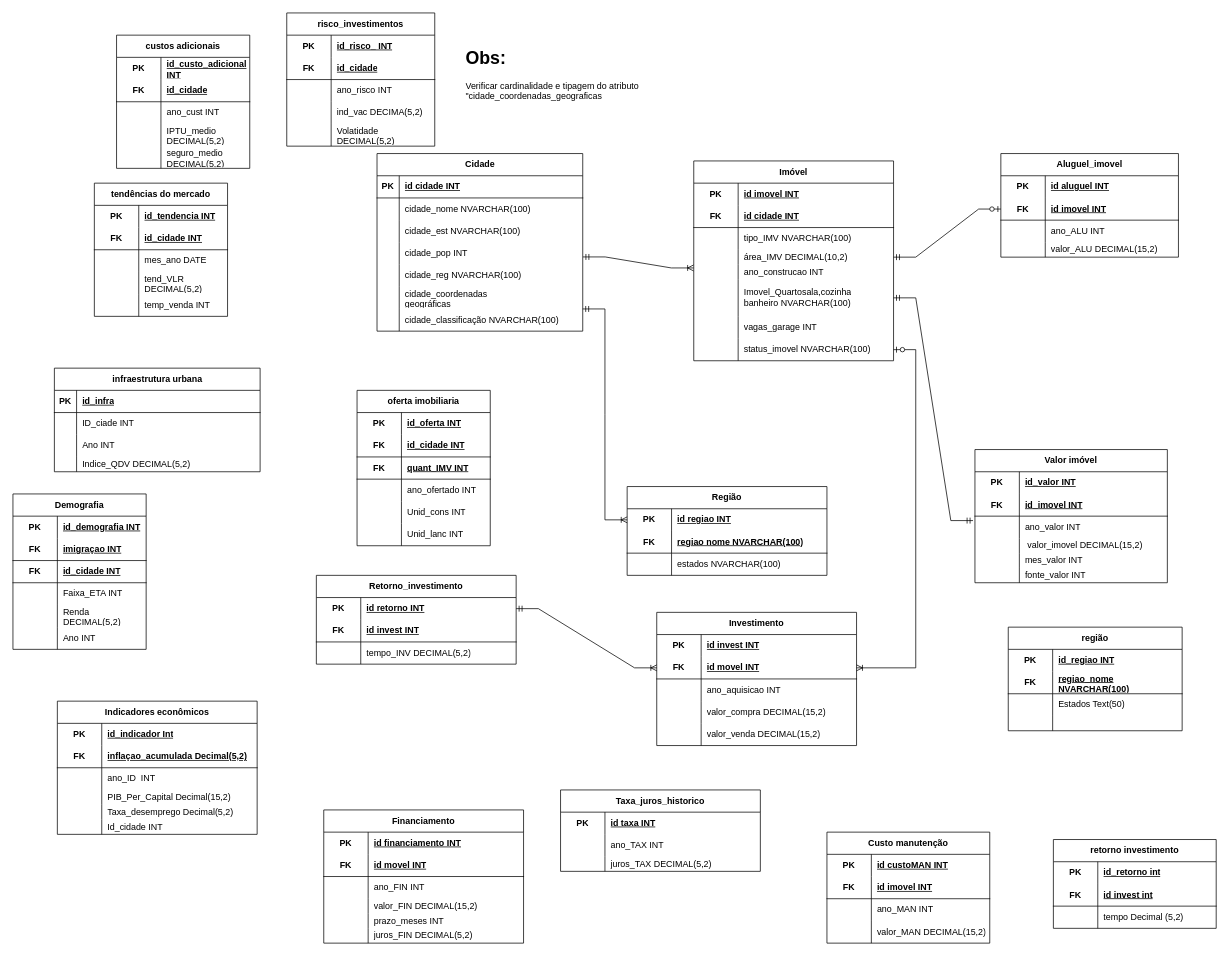
Before: GroupBy.drawio in Guilherme22B/Group_by, a draw.io diagram. Source tidied: cells renumbered, new cells numbered last; positions are measured from the earlier drawing's top-left corner, leaving out a move shared by most shapes. Both pictures are drawn from the tidied source at 74%, with x=0, y=0 at pixel (13, 13).
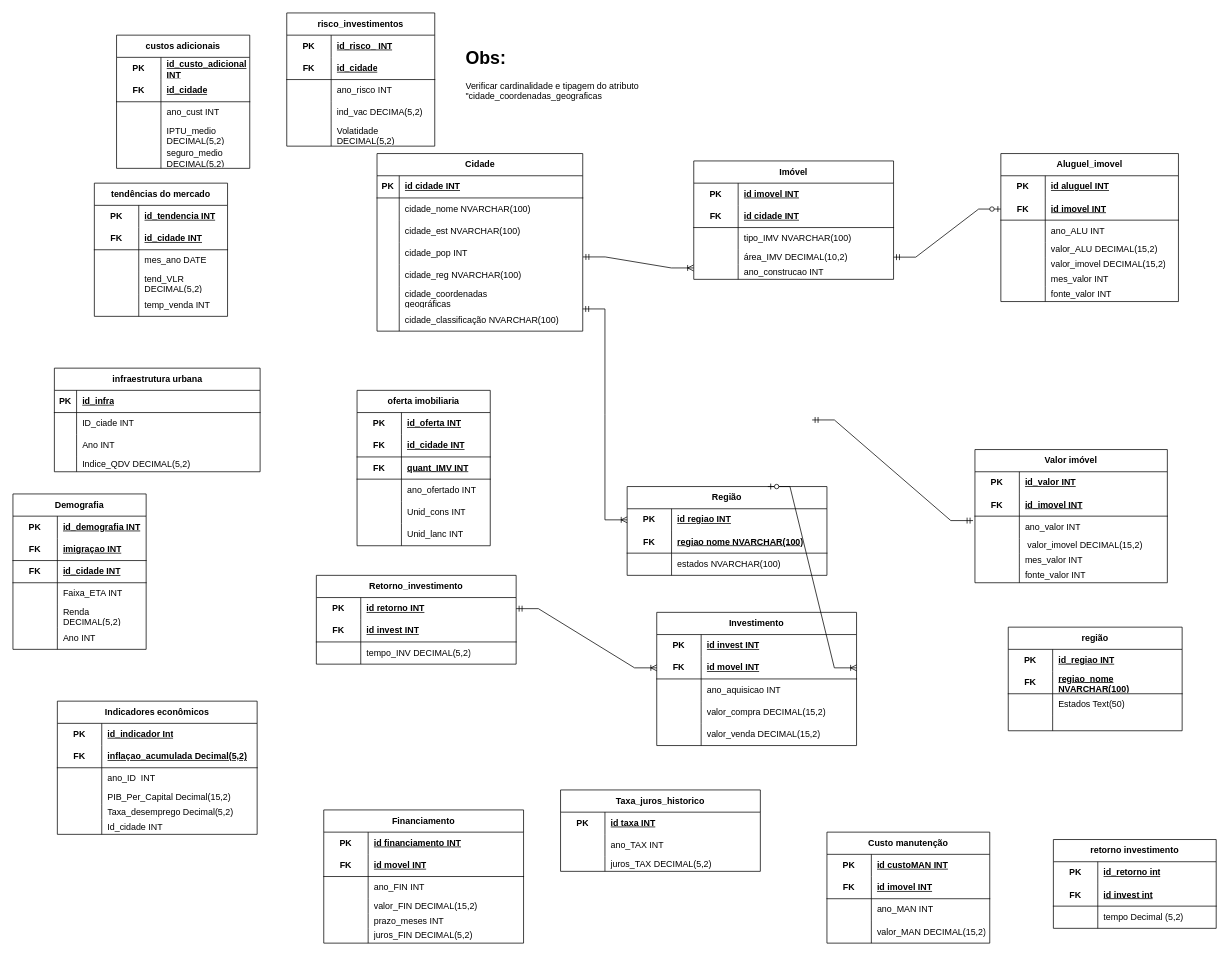
The same page after the edit.

Commit message:
tabela 2 e 3 alterado

Unchanged cells that the change refers to:
```xml
<mxCell id="36" style="shape=tableRow;horizontal=0;startSize=0;swimlaneHead=0;swimlaneBody=0;fillColor=none;points=[[0,0.5],[1,0.5]];portConstraint=eastwest;top=0;left=0;right=0;bottom=0;html=1;" parent="29" vertex="1">
  <mxGeometry y="90" width="260" height="30" as="geometry" />
</mxCell>
<mxCell id="87" style="shape=tableRow;horizontal=0;startSize=0;swimlaneHead=0;swimlaneBody=0;fillColor=none;points=[[0,0.5],[1,0.5]];portConstraint=eastwest;top=0;left=0;right=0;bottom=1;html=1;" parent="83" vertex="1">
  <mxGeometry y="60" width="270" height="30" as="geometry" />
</mxCell>
```

What changed in the source:
```diff
@@
     <mxCell id="4" value="Imóvel" style="shape=table;startSize=30;childLayout=tableLayout;rowLines=0;fontStyle=1;align=center;html=1;whiteSpace=wrap;" parent="1" vertex="1">
-      <mxGeometry x="920" y="200" width="270" height="270" as="geometry" />
+      <mxGeometry x="920" y="200" width="270" height="160" as="geometry" />
     </mxCell>
@@
-    <mxCell id="20" style="shape=tableRow;horizontal=0;startSize=0;swimlaneHead=0;swimlaneBody=0;fillColor=none;points=[[0,0.5],[1,0.5]];portConstraint=eastwest;top=0;left=0;right=0;bottom=0;html=1;" parent="4" vertex="1">
-      <mxGeometry y="160" width="270" height="50" as="geometry" />
-    </mxCell>
-    <mxCell id="21" style="shape=partialRectangle;fillColor=none;top=0;left=0;bottom=0;right=0;overflow=hidden;html=1;whiteSpace=wrap;" parent="20" vertex="1">
-      <mxGeometry width="60" height="50" as="geometry" />
-    </mxCell>
-    <mxCell id="22" value="Imovel_Quartosala,cozinha&lt;div&gt;banheiro NVARCHAR(100)&lt;/div&gt;" style="shape=partialRectangle;fillColor=none;top=0;left=0;bottom=0;right=0;align=left;spacingLeft=6;overflow=hidden;html=1;whiteSpace=wrap;" parent="20" vertex="1">
-      <mxGeometry x="60" width="210" height="50" as="geometry" />
-    </mxCell>
-    <mxCell id="23" style="shape=tableRow;horizontal=0;startSize=0;swimlaneHead=0;swimlaneBody=0;fillColor=none;top=0;left=0;right=0;bottom=0;html=1;" parent="4" vertex="1">
-      <mxGeometry y="210" width="270" height="30" as="geometry" />
-    </mxCell>
-    <mxCell id="24" style="shape=partialRectangle;fillColor=none;top=0;left=0;bottom=0;right=0;overflow=hidden;html=1;whiteSpace=wrap;" parent="23" vertex="1">
-      <mxGeometry width="60" height="30" as="geometry" />
-    </mxCell>
-    <mxCell id="25" value="vagas_garage INT" style="shape=partialRectangle;fillColor=none;top=0;left=0;bottom=0;right=0;align=left;spacingLeft=6;overflow=hidden;html=1;whiteSpace=wrap;" parent="23" vertex="1">
-      <mxGeometry x="60" width="210" height="30" as="geometry" />
-    </mxCell>
-    <mxCell id="26" style="shape=tableRow;horizontal=0;startSize=0;swimlaneHead=0;swimlaneBody=0;fillColor=none;points=[[0,0.5],[1,0.5]];portConstraint=eastwest;top=0;left=0;right=0;bottom=0;html=1;" parent="4" vertex="1">
-      <mxGeometry y="240" width="270" height="30" as="geometry" />
-    </mxCell>
-    <mxCell id="27" style="shape=partialRectangle;fillColor=none;top=0;left=0;bottom=0;right=0;overflow=hidden;html=1;whiteSpace=wrap;" parent="26" vertex="1">
-      <mxGeometry width="60" height="30" as="geometry" />
-    </mxCell>
-    <mxCell id="28" value="status_imovel NVARCHAR(100)&lt;span style=&quot;white-space: pre;&quot;&gt;&#9;&lt;/span&gt;" style="shape=partialRectangle;fillColor=none;top=0;left=0;bottom=0;right=0;align=left;spacingLeft=6;overflow=hidden;html=1;whiteSpace=wrap;" parent="26" vertex="1">
-      <mxGeometry x="60" width="210" height="30" as="geometry" />
-    </mxCell>
@@
     <mxCell id="99" value="Aluguel_imovel" style="shape=table;startSize=30;childLayout=tableLayout;rowLines=0;fontStyle=1;align=center;html=1;whiteSpace=wrap;" parent="1" vertex="1">
-      <mxGeometry x="1335" y="190" width="240" height="140" as="geometry" />
+      <mxGeometry x="1335" y="190" width="240" height="200" as="geometry" />
     </mxCell>
@@
+    <mxCell id="309" style="shape=tableRow;horizontal=0;startSize=0;swimlaneHead=0;swimlaneBody=0;fillColor=none;top=0;left=0;right=0;bottom=0;html=1;" parent="99" vertex="1">
+      <mxGeometry y="140" width="240" height="20" as="geometry" />
+    </mxCell>
+    <mxCell id="310" style="shape=partialRectangle;fillColor=none;top=0;left=0;bottom=0;right=0;overflow=hidden;html=1;whiteSpace=wrap;" parent="309" vertex="1">
+      <mxGeometry width="60" height="20" as="geometry" />
+    </mxCell>
+    <mxCell id="311" value="valor_imovel DECIMAL(15,2)&lt;div&gt;&lt;br&gt;&lt;/div&gt;" style="shape=partialRectangle;fillColor=none;top=0;left=0;bottom=0;right=0;align=left;spacingLeft=6;overflow=hidden;html=1;whiteSpace=wrap;" parent="309" vertex="1">
+      <mxGeometry x="60" width="180" height="20" as="geometry" />
+    </mxCell>
+    <mxCell id="312" style="shape=tableRow;horizontal=0;startSize=0;swimlaneHead=0;swimlaneBody=0;fillColor=none;top=0;left=0;right=0;bottom=0;html=1;" parent="99" vertex="1">
+      <mxGeometry y="160" width="240" height="20" as="geometry" />
+    </mxCell>
+    <mxCell id="313" style="shape=partialRectangle;fillColor=none;top=0;left=0;bottom=0;right=0;overflow=hidden;html=1;whiteSpace=wrap;" parent="312" vertex="1">
+      <mxGeometry width="60" height="20" as="geometry" />
+    </mxCell>
+    <mxCell id="314" value="mes_valor INT" style="shape=partialRectangle;fillColor=none;top=0;left=0;bottom=0;right=0;align=left;spacingLeft=6;overflow=hidden;html=1;whiteSpace=wrap;" parent="312" vertex="1">
+      <mxGeometry x="60" width="180" height="20" as="geometry" />
+    </mxCell>
+    <mxCell id="315" style="shape=tableRow;horizontal=0;startSize=0;swimlaneHead=0;swimlaneBody=0;fillColor=none;top=0;left=0;right=0;bottom=0;html=1;" parent="99" vertex="1">
+      <mxGeometry y="180" width="240" height="20" as="geometry" />
+    </mxCell>
+    <mxCell id="316" style="shape=partialRectangle;fillColor=none;top=0;left=0;bottom=0;right=0;overflow=hidden;html=1;whiteSpace=wrap;" parent="315" vertex="1">
+      <mxGeometry width="60" height="20" as="geometry" />
+    </mxCell>
+    <mxCell id="317" value="fonte_valor INT" style="shape=partialRectangle;fillColor=none;top=0;left=0;bottom=0;right=0;align=left;spacingLeft=6;overflow=hidden;html=1;whiteSpace=wrap;" parent="315" vertex="1">
+      <mxGeometry x="60" width="180" height="20" as="geometry" />
+    </mxCell>
@@
-    <mxCell id="162" style="edgeStyle=entityRelationEdgeStyle;fontSize=12;html=1;endArrow=ERmandOne;startArrow=ERmandOne;rounded=0;entryX=-0.01;entryY=0.2;entryDx=0;entryDy=0;entryPerimeter=0;" parent="1" edge="1" source="20" target="36">
+    <mxCell id="162" style="edgeStyle=entityRelationEdgeStyle;fontSize=12;html=1;endArrow=ERmandOne;startArrow=ERmandOne;rounded=0;entryX=-0.01;entryY=0.2;entryDx=0;entryDy=0;entryPerimeter=0;" parent="1" edge="1" target="36">
       <mxGeometry relative="1" as="geometry">
+        <mxPoint x="1080" y="550" as="sourcePoint" />
         <Array as="points">
           <mxPoint x="1270" y="530" />
         </Array>
       </mxGeometry>
     </mxCell>
@@
-    <mxCell id="167" style="edgeStyle=entityRelationEdgeStyle;fontSize=12;html=1;endArrow=ERoneToMany;startArrow=ERzeroToOne;rounded=0;entryX=1;entryY=0.5;entryDx=0;entryDy=0;" parent="1" edge="1" source="26" target="87">
-      <mxGeometry relative="1" as="geometry" />
+    <mxCell id="167" style="edgeStyle=entityRelationEdgeStyle;fontSize=12;html=1;endArrow=ERoneToMany;startArrow=ERzeroToOne;rounded=0;entryX=1;entryY=0.5;entryDx=0;entryDy=0;" parent="1" edge="1" target="87">
+      <mxGeometry relative="1" as="geometry">
+        <mxPoint x="1020" y="640" as="sourcePoint" />
+      </mxGeometry>
     </mxCell>
```
